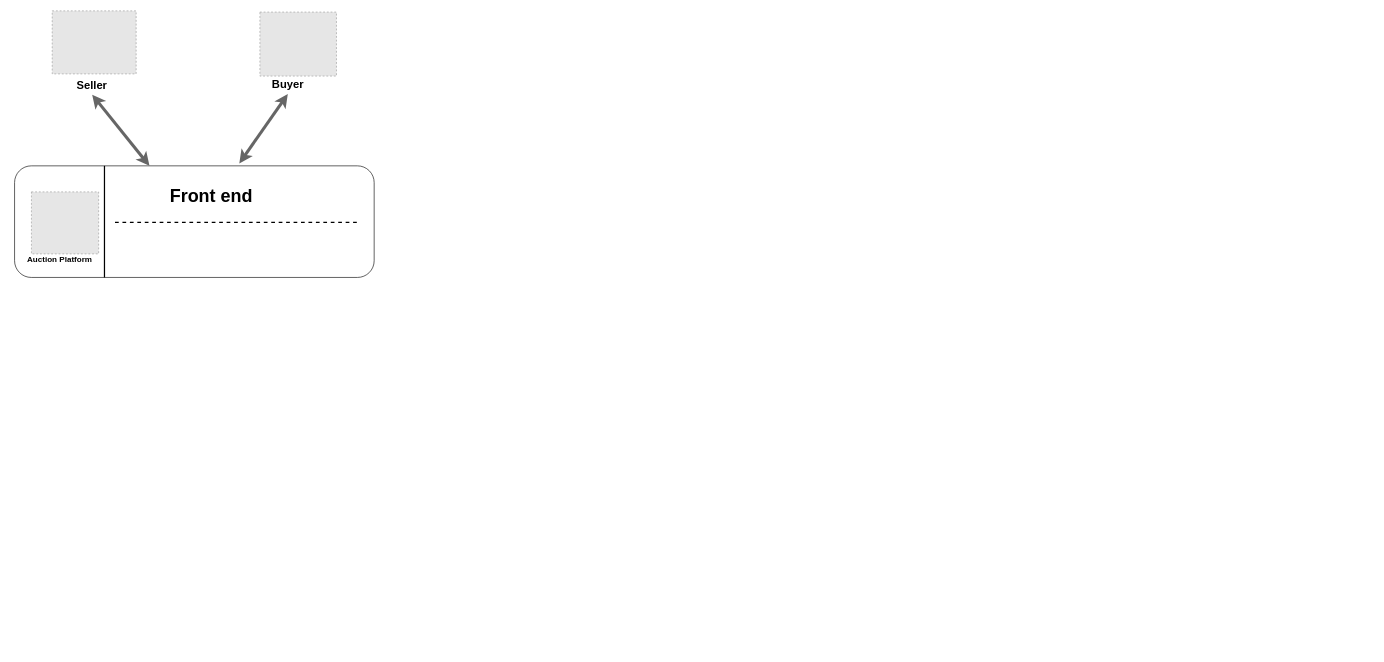
ariesharry/Diagrams keeps this draw.io diagram as E-Auction Standard.drawio. Above is the earlier version. Source tidied: cells renumbered, new cells numbered last; positions are measured from the earlier drawing's top-left corner, leaving out a move shared by most shapes. Both pictures are drawn from the tidied source at 62%, with x=0, y=0 at pixel (10, 11). Pictures stored in the file or linked from it are replaced by grey dashed boxes.
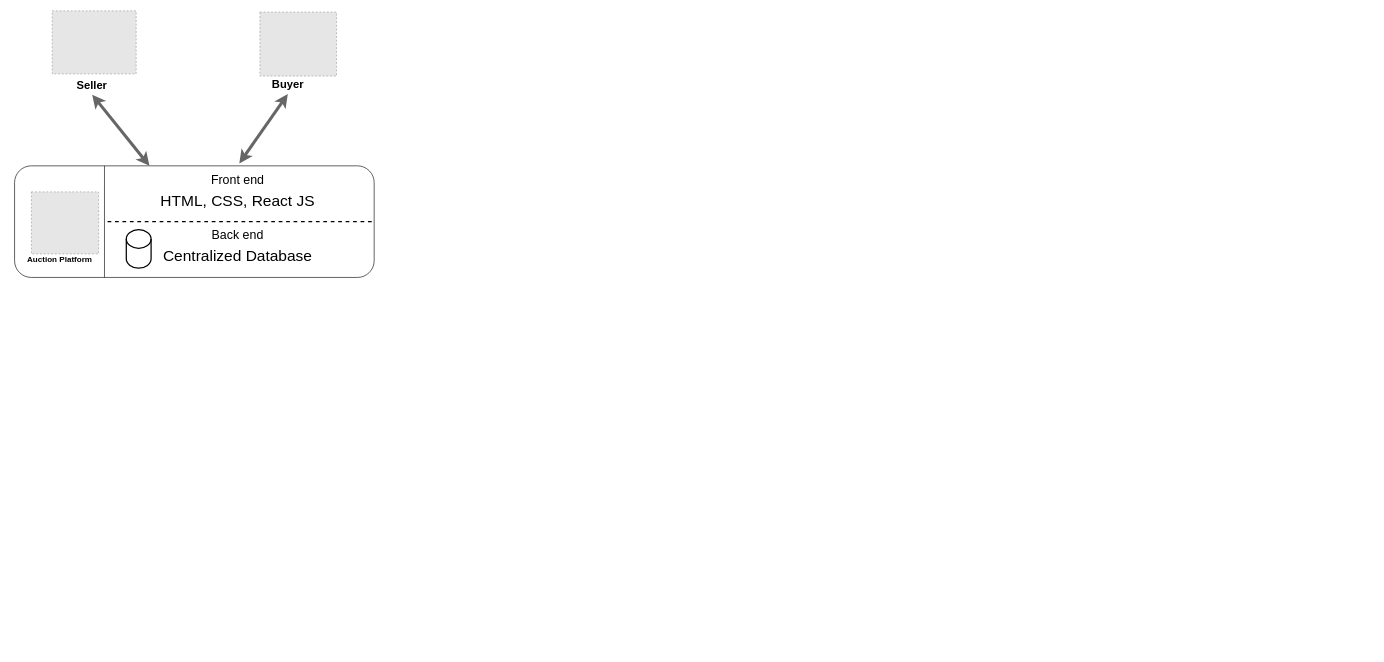
The same diagram, later.

The change refers to these unchanged cells:
```xml
<mxCell id="2" style="rounded=1;whiteSpace=wrap;html=1;fontSize=18;" parent="1" vertex="1">
  <mxGeometry x="7" y="250" width="580" height="180" as="geometry" />
</mxCell>
```

Change to the diagram source:
```diff
@@
-    <mxCell id="11" style="endArrow=none;dashed=1;html=1;rounded=0;strokeWidth=2;fontSize=18;" parent="1" edge="1">
+    <mxCell id="11" style="endArrow=none;dashed=1;html=1;rounded=0;strokeWidth=2;fontSize=18;entryX=1;entryY=0.5;entryDx=0;entryDy=0;" parent="1" edge="1">
       <mxGeometry relative="1" as="geometry">
-        <mxPoint x="169" y="341.2" as="sourcePoint" />
-        <mxPoint x="559" y="341.2" as="targetPoint" />
+        <mxPoint x="157" y="340" as="sourcePoint" />
+        <mxPoint x="588" y="340" as="targetPoint" />
       </mxGeometry>
     </mxCell>
@@
-    <mxCell id="14" value="&lt;b style=&quot;font-size: 29px;&quot;&gt;&lt;font style=&quot;font-size: 29px;&quot;&gt;Front end&lt;/font&gt;&lt;/b&gt;" style="text;html=1;strokeColor=none;fillColor=none;align=center;verticalAlign=middle;whiteSpace=wrap;rounded=0;strokeWidth=6;fontSize=29;" parent="1" vertex="1">
-      <mxGeometry x="187" y="284" width="275" height="30" as="geometry" />
+    <mxCell id="14" value="&lt;span style=&quot;font-size: 20px;&quot;&gt;&lt;font style=&quot;font-size: 20px;&quot;&gt;Front end&lt;/font&gt;&lt;/span&gt;" style="text;html=1;strokeColor=none;fillColor=none;align=center;verticalAlign=middle;whiteSpace=wrap;rounded=0;strokeWidth=4;fontSize=20;fontStyle=0;" parent="1" vertex="1">
+      <mxGeometry x="237" y="262" width="260" height="18" as="geometry" />
     </mxCell>
-    <mxCell id="15" style="endArrow=none;html=1;rounded=0;strokeWidth=2;fontSize=13;exitX=0.25;exitY=1;exitDx=0;exitDy=0;entryX=0.25;entryY=0;entryDx=0;entryDy=0;" parent="1" edge="1" source="2" target="2">
+    <mxCell id="15" style="endArrow=none;html=1;rounded=0;strokeWidth=1;fontSize=13;exitX=0.25;exitY=1;exitDx=0;exitDy=0;entryX=0.25;entryY=0;entryDx=0;entryDy=0;strokeColor=default;" parent="1" edge="1" source="2" target="2">
       <mxGeometry relative="1" as="geometry" />
     </mxCell>
+    <mxCell id="16" style="shape=cylinder3;whiteSpace=wrap;html=1;boundedLbl=1;backgroundOutline=1;size=15;strokeWidth=2;fontSize=32;fillColor=none;strokeColor=default;" parent="1" vertex="1">
+      <mxGeometry x="187.2" y="353" width="40" height="62" as="geometry" />
+    </mxCell>
+    <mxCell id="17" value="&lt;span style=&quot;font-size: 25px;&quot;&gt;&lt;font style=&quot;font-size: 25px;&quot;&gt;HTML, CSS, React JS&lt;/font&gt;&lt;/span&gt;" style="text;html=1;strokeColor=none;fillColor=none;align=center;verticalAlign=middle;whiteSpace=wrap;rounded=0;strokeWidth=4;fontSize=25;fontStyle=0;" parent="1" vertex="1">
+      <mxGeometry x="237" y="296" width="260" height="18" as="geometry" />
+    </mxCell>
+    <mxCell id="18" value="&lt;span style=&quot;font-size: 20px;&quot;&gt;&lt;font style=&quot;font-size: 20px;&quot;&gt;Back end&lt;/font&gt;&lt;/span&gt;" style="text;html=1;strokeColor=none;fillColor=none;align=center;verticalAlign=middle;whiteSpace=wrap;rounded=0;strokeWidth=4;fontSize=20;fontStyle=0;" parent="1" vertex="1">
+      <mxGeometry x="237" y="352" width="260" height="18" as="geometry" />
+    </mxCell>
+    <mxCell id="19" value="&lt;span style=&quot;font-size: 25px;&quot;&gt;&lt;font style=&quot;font-size: 25px;&quot;&gt;Centralized Database&lt;/font&gt;&lt;/span&gt;" style="text;html=1;strokeColor=none;fillColor=none;align=center;verticalAlign=middle;whiteSpace=wrap;rounded=0;strokeWidth=4;fontSize=25;fontStyle=0;" parent="1" vertex="1">
+      <mxGeometry x="237" y="385" width="260" height="18" as="geometry" />
+    </mxCell>
```
